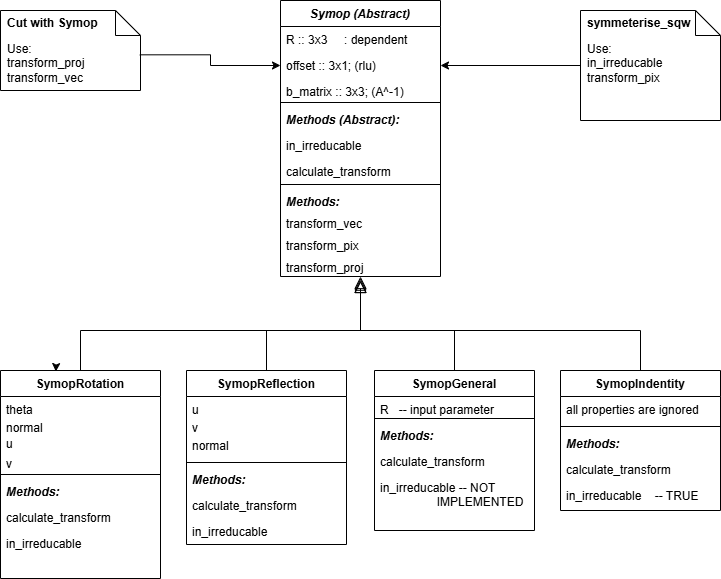
Earlier version of the draw.io export documentation/diagrams/Symops_diagram.png (pace-neutrons/Horace). Source tidied: cells renumbered, new cells last; positions are measured from the earlier drawing's top-left corner, leaving out a move shared by most shapes.
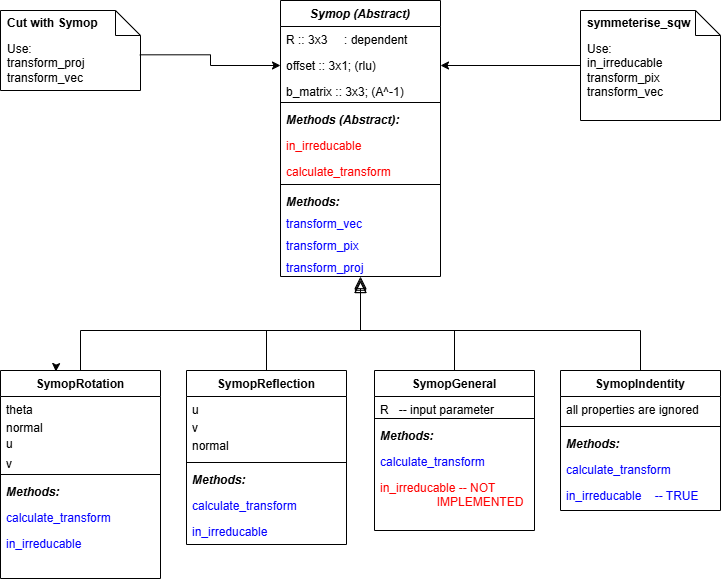
The same diagram one commit later.

Commit message:
Re #1918 Better Symops diagram presenting

Diff of the diagram source:
```diff
@@ -20,10 +20,10 @@
     <mxCell id="7" value="Methods (Abstract):" style="text;align=left;verticalAlign=top;spacingLeft=4;spacingRight=4;overflow=hidden;fontStyle=3;" parent="2" vertex="1">
       <mxGeometry y="106" width="160" height="26" as="geometry" />
     </mxCell>
-    <mxCell id="8" value="in_irreducable" style="text;align=left;verticalAlign=top;spacingLeft=4;spacingRight=4;overflow=hidden;points=[[0,0.5],[1,0.5]];portConstraint=eastwest;fontStyle=0;" parent="2" vertex="1">
+    <mxCell id="8" value="in_irreducable" style="text;align=left;verticalAlign=top;spacingLeft=4;spacingRight=4;overflow=hidden;points=[[0,0.5],[1,0.5]];portConstraint=eastwest;fontStyle=0;fontColor=#FF0000;" parent="2" vertex="1">
       <mxGeometry y="132" width="160" height="26" as="geometry" />
     </mxCell>
-    <mxCell id="9" value="calculate_transform" style="text;align=left;verticalAlign=top;spacingLeft=4;spacingRight=4;overflow=hidden;fontStyle=0;" parent="2" vertex="1">
+    <mxCell id="9" value="calculate_transform" style="text;align=left;verticalAlign=top;spacingLeft=4;spacingRight=4;overflow=hidden;fontStyle=0;fontColor=#FF0000;" parent="2" vertex="1">
       <mxGeometry y="158" width="160" height="22" as="geometry" />
     </mxCell>
     <mxCell id="10" style="line;html=1;strokeWidth=1;align=left;verticalAlign=middle;spacingTop=-1;spacingLeft=3;spacingRight=3;labelPosition=right;" parent="2" vertex="1">
@@ -32,13 +32,13 @@
     <mxCell id="11" value="Methods:" style="text;align=left;verticalAlign=top;spacingLeft=4;spacingRight=4;overflow=hidden;fontStyle=3;" parent="2" vertex="1">
       <mxGeometry y="188" width="160" height="22" as="geometry" />
     </mxCell>
-    <mxCell id="12" value="transform_vec" style="text;align=left;verticalAlign=top;spacingLeft=4;spacingRight=4;overflow=hidden;fontStyle=0;" parent="2" vertex="1">
+    <mxCell id="12" value="transform_vec" style="text;align=left;verticalAlign=top;spacingLeft=4;spacingRight=4;overflow=hidden;fontStyle=0;fontColor=#0603FF;" parent="2" vertex="1">
       <mxGeometry y="210" width="160" height="22" as="geometry" />
     </mxCell>
-    <mxCell id="13" value="transform_pix" style="text;align=left;verticalAlign=top;spacingLeft=4;spacingRight=4;overflow=hidden;fontStyle=0;" parent="2" vertex="1">
+    <mxCell id="13" value="transform_pix" style="text;align=left;verticalAlign=top;spacingLeft=4;spacingRight=4;overflow=hidden;fontStyle=0;fontColor=#0603FF;" parent="2" vertex="1">
       <mxGeometry y="232" width="160" height="22" as="geometry" />
     </mxCell>
-    <mxCell id="14" value="transform_proj" style="text;align=left;verticalAlign=top;spacingLeft=4;spacingRight=4;overflow=hidden;points=[[0,0.5],[1,0.5]];portConstraint=eastwest;fontStyle=0;" parent="2" vertex="1">
+    <mxCell id="14" value="transform_proj" style="text;align=left;verticalAlign=top;spacingLeft=4;spacingRight=4;overflow=hidden;points=[[0,0.5],[1,0.5]];portConstraint=eastwest;fontStyle=0;fontColor=#0603FF;" parent="2" vertex="1">
       <mxGeometry y="254" width="160" height="22" as="geometry" />
     </mxCell>
     <mxCell id="15" style="edgeStyle=orthogonalEdgeStyle;rounded=0;orthogonalLoop=1;jettySize=auto;html=1;exitX=1;exitY=0.5;exitDx=0;exitDy=0;" parent="2" edge="1" source="8" target="8">
@@ -65,10 +65,10 @@
     <mxCell id="22" value="Methods:" style="text;align=left;verticalAlign=top;spacingLeft=4;spacingRight=4;overflow=hidden;fontStyle=3;" parent="16" vertex="1">
       <mxGeometry y="108" width="160" height="26" as="geometry" />
     </mxCell>
-    <mxCell id="23" value="calculate_transform" style="text;align=left;verticalAlign=top;spacingLeft=4;spacingRight=4;overflow=hidden;fontStyle=0;" parent="16" vertex="1">
+    <mxCell id="23" value="calculate_transform" style="text;align=left;verticalAlign=top;spacingLeft=4;spacingRight=4;overflow=hidden;fontStyle=0;fontColor=#0603FF;" parent="16" vertex="1">
       <mxGeometry y="134" width="160" height="26" as="geometry" />
     </mxCell>
-    <mxCell id="24" value="in_irreducable" style="text;align=left;verticalAlign=top;spacingLeft=4;spacingRight=4;overflow=hidden;fontStyle=0;" parent="16" vertex="1">
+    <mxCell id="24" value="in_irreducable" style="text;align=left;verticalAlign=top;spacingLeft=4;spacingRight=4;overflow=hidden;fontStyle=0;fontColor=#0603FF;" parent="16" vertex="1">
       <mxGeometry y="160" width="160" height="26" as="geometry" />
     </mxCell>
     <mxCell id="25" style="endArrow=block;endSize=10;endFill=0;shadow=0;strokeWidth=1;rounded=0;curved=0;edgeStyle=elbowEdgeStyle;elbow=vertical;" parent="1" edge="1" source="16" target="2">
@@ -90,10 +90,10 @@
     <mxCell id="29" value="Methods:" style="text;align=left;verticalAlign=top;spacingLeft=4;spacingRight=4;overflow=hidden;fontStyle=3;" parent="26" vertex="1">
       <mxGeometry y="52" width="160" height="26" as="geometry" />
     </mxCell>
-    <mxCell id="30" value="calculate_transform " style="text;align=left;verticalAlign=top;spacingLeft=4;spacingRight=4;overflow=hidden;fontStyle=0;" parent="26" vertex="1">
+    <mxCell id="30" value="calculate_transform " style="text;align=left;verticalAlign=top;spacingLeft=4;spacingRight=4;overflow=hidden;fontStyle=0;fontColor=#0603FF;" parent="26" vertex="1">
       <mxGeometry y="78" width="160" height="26" as="geometry" />
     </mxCell>
-    <mxCell id="31" value="in_irreducable -- NOT &#10;                 IMPLEMENTED" style="text;align=left;verticalAlign=top;spacingLeft=4;spacingRight=4;overflow=hidden;fontStyle=0;" parent="26" vertex="1">
+    <mxCell id="31" value="in_irreducable -- NOT &#10;                 IMPLEMENTED" style="text;align=left;verticalAlign=top;spacingLeft=4;spacingRight=4;overflow=hidden;fontStyle=0;fontColor=#FF0000;" parent="26" vertex="1">
       <mxGeometry y="104" width="160" height="46" as="geometry" />
     </mxCell>
     <mxCell id="32" value="SymopReflection" style="swimlane;fontStyle=1;align=center;verticalAlign=top;horizontal=1;startSize=26;rounded=0;shadow=0;strokeWidth=1;" parent="1" vertex="1">
@@ -114,10 +114,10 @@
     <mxCell id="37" value="Methods:" style="text;align=left;verticalAlign=top;spacingLeft=4;spacingRight=4;overflow=hidden;fontStyle=3;" parent="32" vertex="1">
       <mxGeometry y="96" width="160" height="26" as="geometry" />
     </mxCell>
-    <mxCell id="38" value="calculate_transform" style="text;align=left;verticalAlign=top;spacingLeft=4;spacingRight=4;overflow=hidden;fontStyle=0;" parent="32" vertex="1">
+    <mxCell id="38" value="calculate_transform" style="text;align=left;verticalAlign=top;spacingLeft=4;spacingRight=4;overflow=hidden;fontStyle=0;fontColor=#0603FF;" parent="32" vertex="1">
       <mxGeometry y="122" width="160" height="26" as="geometry" />
     </mxCell>
-    <mxCell id="39" value="in_irreducable" style="text;align=left;verticalAlign=top;spacingLeft=4;spacingRight=4;overflow=hidden;fontStyle=0;" parent="32" vertex="1">
+    <mxCell id="39" value="in_irreducable" style="text;align=left;verticalAlign=top;spacingLeft=4;spacingRight=4;overflow=hidden;fontStyle=0;fontColor=#0603FF;" parent="32" vertex="1">
       <mxGeometry y="148" width="160" height="26" as="geometry" />
     </mxCell>
     <mxCell id="40" value="SymopIndentity" style="swimlane;fontStyle=1;align=center;verticalAlign=top;horizontal=1;startSize=26;rounded=0;shadow=0;strokeWidth=1;" parent="1" vertex="1">
@@ -132,10 +132,10 @@
     <mxCell id="43" value="Methods:" style="text;align=left;verticalAlign=top;spacingLeft=4;spacingRight=4;overflow=hidden;fontStyle=3;" parent="40" vertex="1">
       <mxGeometry y="60" width="160" height="26" as="geometry" />
     </mxCell>
-    <mxCell id="44" value="calculate_transform" style="text;align=left;verticalAlign=top;spacingLeft=4;spacingRight=4;overflow=hidden;fontStyle=0;" parent="40" vertex="1">
+    <mxCell id="44" value="calculate_transform" style="text;align=left;verticalAlign=top;spacingLeft=4;spacingRight=4;overflow=hidden;fontStyle=0;fontColor=#0603FF;" parent="40" vertex="1">
       <mxGeometry y="86" width="160" height="26" as="geometry" />
     </mxCell>
-    <mxCell id="45" value="in_irreducable    -- TRUE" style="text;align=left;verticalAlign=top;spacingLeft=4;spacingRight=4;overflow=hidden;fontStyle=0;" parent="40" vertex="1">
+    <mxCell id="45" value="in_irreducable    -- TRUE" style="text;align=left;verticalAlign=top;spacingLeft=4;spacingRight=4;overflow=hidden;fontStyle=0;fontColor=#0603FF;" parent="40" vertex="1">
       <mxGeometry y="112" width="160" height="26" as="geometry" />
     </mxCell>
     <mxCell id="46" style="endArrow=block;endSize=10;endFill=0;shadow=0;strokeWidth=1;rounded=0;curved=0;edgeStyle=elbowEdgeStyle;elbow=vertical;exitX=0.5;exitY=0;exitDx=0;exitDy=0;" parent="1" edge="1" source="32">
@@ -170,7 +170,7 @@
     <mxCell id="51" style="edgeStyle=orthogonalEdgeStyle;rounded=0;jettySize=auto;html=1;exitX=0;exitY=0.5;exitDx=0;exitDy=0;exitPerimeter=0;entryX=1;entryY=0.5;entryDx=0;entryDy=0;" parent="1" edge="1" source="52" target="4">
       <mxGeometry relative="1" as="geometry" />
     </mxCell>
-    <mxCell id="52" value="Use:&lt;div&gt;&lt;span style=&quot;background-color: transparent; color: light-dark(rgb(0, 0, 0), rgb(255, 255, 255));&quot;&gt;in_irreducable&lt;/span&gt;&lt;/div&gt;&lt;div&gt;transform_pix&lt;/div&gt;" style="shape=note2;boundedLbl=1;whiteSpace=wrap;html=1;size=25;verticalAlign=top;align=left;spacingLeft=5;" parent="1" vertex="1">
+    <mxCell id="52" value="Use:&lt;div&gt;&lt;span style=&quot;background-color: transparent; color: light-dark(rgb(0, 0, 0), rgb(255, 255, 255));&quot;&gt;in_irreducable&lt;/span&gt;&lt;/div&gt;&lt;div&gt;transform_pix&lt;/div&gt;&lt;div&gt;transform_vec&lt;/div&gt;" style="shape=note2;boundedLbl=1;whiteSpace=wrap;html=1;size=25;verticalAlign=top;align=left;spacingLeft=5;" parent="1" vertex="1">
       <mxGeometry x="580" y="10" width="140" height="110" as="geometry" />
     </mxCell>
     <mxCell id="53" value="&lt;b&gt;symmeterise_sqw&lt;/b&gt;" style="strokeColor=none;fillColor=none;align=left;spacingLeft=5;whiteSpace=wrap;html=1;" parent="52" vertex="1">
```
